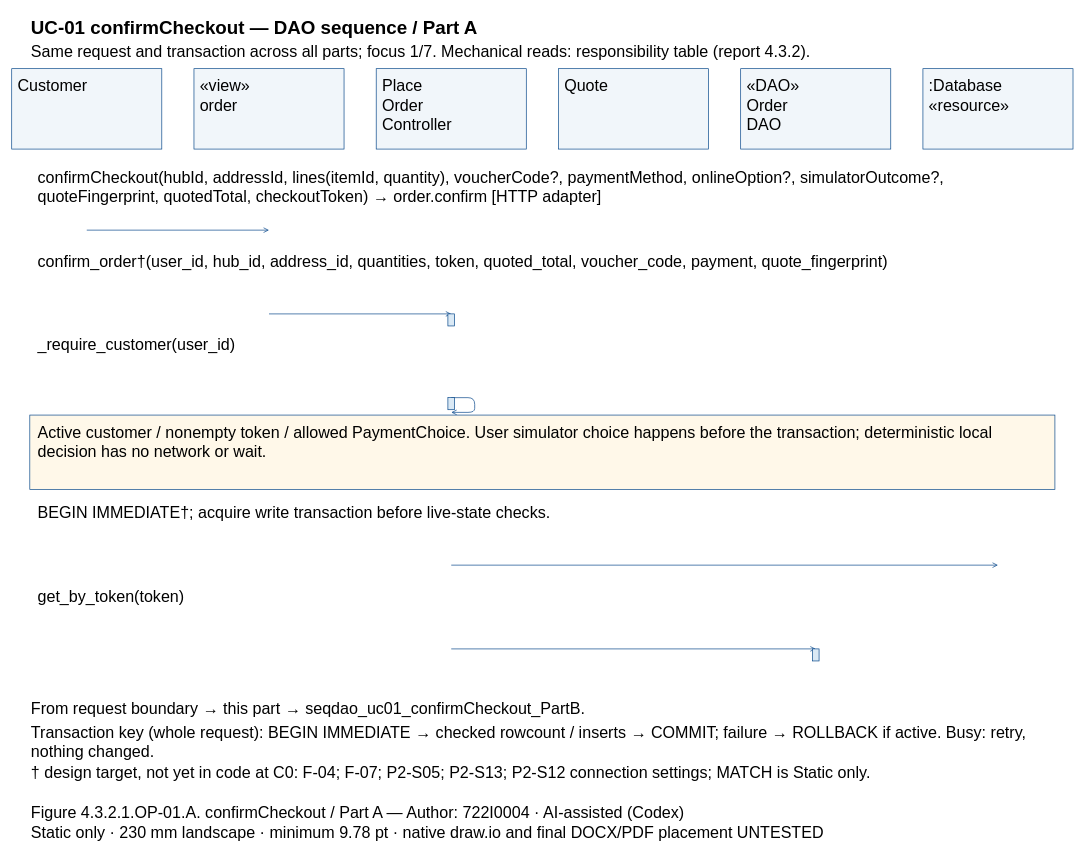
Earlier version of the draw.io diagram models/UC-01/seqdao_uc01_confirmCheckout_PartA.drawio (Dat071104/SaigonBite). Source tidied: cells renumbered, new cells numbered last; positions are measured from the earlier drawing's top-left corner, leaving out a move shared by most shapes. Both pictures are drawn from the tidied source at 67%, with x=0, y=0 at pixel (11, 11).
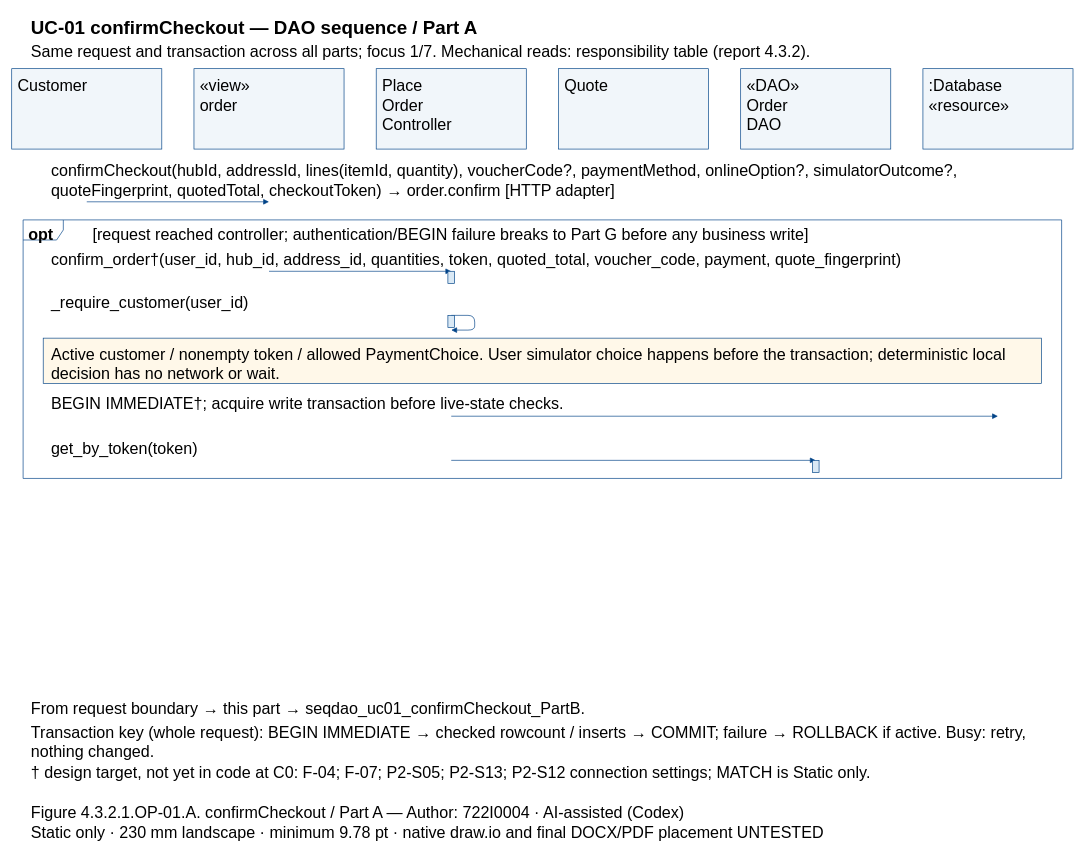
Above is the later version.

The edit, as a diff of the source:
```diff
@@
+    <mxCell id="46" style="shape=umlFrame;fillColor=none;strokeColor=#004387;" parent="1" vertex="1">
+      <mxGeometry x="17" y="310.7" width="1550" height="385.9" as="geometry" />
+    </mxCell>
@@
-    <mxCell id="15" value=":Database&#10;«resource»" style="text;html=0;whiteSpace=wrap;align=left;verticalAlign=top;strokeColor=none;fillColor=none;fontFamily=Arial;fontSize=24;fontStyle=0;" parent="1" vertex="1">
-      <mxGeometry x="1367" y="90" width="210" height="55.7" as="geometry" />
-    </mxCell>
-    <mxCell id="16" value="confirmCheckout(hubId, addressId, lines(itemId, quantity), voucherCode?, paymentMethod, onlineOption?, simulatorOutcome?,&#10;quoteFingerprint, quotedTotal, checkoutToken) → order.confirm [HTTP adapter]" style="text;html=0;whiteSpace=wrap;align=left;verticalAlign=top;strokeColor=none;fillColor=none;fontFamily=Arial;fontSize=24;fontStyle=0;" parent="1" vertex="1">
-      <mxGeometry x="37" y="227" width="1510" height="55.7" as="geometry" />
+    <mxCell id="16" value=":Database&#10;«resource»" style="text;html=0;whiteSpace=wrap;align=left;verticalAlign=top;strokeColor=none;fillColor=none;fontFamily=Arial;fontSize=24;fontStyle=0;" parent="1" vertex="1">
+      <mxGeometry x="1367" y="90" width="210" height="55.7" as="geometry" />
     </mxCell>
+    <mxCell id="47" value="opt" style="text;html=0;whiteSpace=wrap;align=left;verticalAlign=top;strokeColor=none;fillColor=none;fontFamily=Arial;fontSize=24;fontStyle=1;" parent="1" vertex="1">
+      <mxGeometry x="23" y="311.7" width="84" height="27.8" as="geometry" />
+    </mxCell>
+    <mxCell id="48" value="[request reached controller; authentication/BEGIN failure breaks to Part G before any business write]" style="text;html=0;whiteSpace=wrap;align=left;verticalAlign=top;strokeColor=none;fillColor=none;fontFamily=Arial;fontSize=24;fontStyle=0;" parent="1" vertex="1">
+      <mxGeometry x="119" y="311.7" width="1438" height="27.8" as="geometry" />
+    </mxCell>
+    <mxCell id="49" value="confirmCheckout(hubId, addressId, lines(itemId, quantity), voucherCode?, paymentMethod, onlineOption?, simulatorOutcome?,&#10;quoteFingerprint, quotedTotal, checkoutToken) → order.confirm [HTTP adapter]" style="text;html=0;whiteSpace=wrap;align=left;verticalAlign=top;strokeColor=none;fillColor=none;fontFamily=Arial;fontSize=24;fontStyle=0;" parent="1" vertex="1">
+      <mxGeometry x="57" y="217" width="1470" height="55.7" as="geometry" />
+    </mxCell>
     <mxCell id="17" style="opacity=0;" parent="1" vertex="1">
-      <mxGeometry x="112" y="326" as="geometry" />
+      <mxGeometry x="112" y="283.7" as="geometry" />
     </mxCell>
     <mxCell id="18" style="opacity=0;" parent="1" vertex="1">
-      <mxGeometry x="384" y="326" as="geometry" />
+      <mxGeometry x="384" y="283.7" as="geometry" />
     </mxCell>
-    <mxCell id="19" style="edgeStyle=none;endArrow=open;strokeColor=#004387;exitX=0.5;entryX=0.5;exitPerimeter=0;entryPerimeter=0;" parent="1" edge="1" source="17" target="18">
+    <mxCell id="19" style="edgeStyle=none;endArrow=block;endFill=1;strokeColor=#004387;exitX=0.5;entryX=0.5;exitPerimeter=0;entryPerimeter=0;" parent="1" edge="1" source="17" target="18">
       <mxGeometry relative="1" as="geometry" />
     </mxCell>
-    <mxCell id="20" value="confirm_order†(user_id, hub_id, address_id, quantities, token, quoted_total, voucher_code, payment, quote_fingerprint)" style="text;html=0;whiteSpace=wrap;align=left;verticalAlign=top;strokeColor=none;fillColor=none;fontFamily=Arial;fontSize=24;fontStyle=0;" parent="1" vertex="1">
-      <mxGeometry x="37" y="352" width="1510" height="27.8" as="geometry" />
-    </mxCell>
+    <mxCell id="25" value="confirm_order†(user_id, hub_id, address_id, quantities, token, quoted_total, voucher_code, payment, quote_fingerprint)" style="text;html=0;whiteSpace=wrap;align=left;verticalAlign=top;strokeColor=none;fillColor=none;fontFamily=Arial;fontSize=24;fontStyle=0;" parent="1" vertex="1">
+      <mxGeometry x="57" y="348.5" width="1470" height="27.8" as="geometry" />
+    </mxCell>
     <mxCell id="21" style="opacity=0;" parent="1" vertex="1">
-      <mxGeometry x="384" y="451" as="geometry" />
+      <mxGeometry x="384" y="387.4" as="geometry" />
     </mxCell>
     <mxCell id="22" style="opacity=0;" parent="1" vertex="1">
-      <mxGeometry x="656" y="451" as="geometry" />
+      <mxGeometry x="656" y="387.4" as="geometry" />
     </mxCell>
-    <mxCell id="23" style="edgeStyle=none;endArrow=open;strokeColor=#004387;exitX=0.5;entryX=0.5;exitPerimeter=0;entryPerimeter=0;" parent="1" edge="1" source="21" target="22">
+    <mxCell id="23" style="edgeStyle=none;endArrow=block;endFill=1;strokeColor=#004387;exitX=0.5;entryX=0.5;exitPerimeter=0;entryPerimeter=0;" parent="1" edge="1" source="21" target="22">
       <mxGeometry relative="1" as="geometry" />
     </mxCell>
-    <mxCell id="24" style="fillColor=#DAE9F5;strokeColor=#004387;" parent="1" vertex="1">
-      <mxGeometry x="651" y="451" width="10" height="18" as="geometry" />
-    </mxCell>
-    <mxCell id="25" value="_require_customer(user_id)" style="text;html=0;whiteSpace=wrap;align=left;verticalAlign=top;strokeColor=none;fillColor=none;fontFamily=Arial;fontSize=24;fontStyle=0;" parent="1" vertex="1">
-      <mxGeometry x="37" y="477" width="1510" height="27.8" as="geometry" />
-    </mxCell>
+    <mxCell id="29" style="fillColor=#DAE9F5;strokeColor=#004387;" parent="1" vertex="1">
+      <mxGeometry x="651" y="387.4" width="10" height="18" as="geometry" />
+    </mxCell>
+    <mxCell id="50" value="_require_customer(user_id)" style="text;html=0;whiteSpace=wrap;align=left;verticalAlign=top;strokeColor=none;fillColor=none;fontFamily=Arial;fontSize=24;fontStyle=0;" parent="1" vertex="1">
+      <mxGeometry x="57" y="414.4" width="1470" height="27.8" as="geometry" />
+    </mxCell>
     <mxCell id="26" style="opacity=0;" parent="1" vertex="1">
-      <mxGeometry x="656" y="576" as="geometry" />
+      <mxGeometry x="656" y="453.2" as="geometry" />
     </mxCell>
     <mxCell id="27" style="opacity=0;" parent="1" vertex="1">
-      <mxGeometry x="656" y="598" as="geometry" />
+      <mxGeometry x="656" y="475.2" as="geometry" />
     </mxCell>
-    <mxCell id="28" style="edgeStyle=none;endArrow=open;strokeColor=#004387;exitX=0.5;entryX=0.5;exitPerimeter=0;entryPerimeter=0;" parent="1" edge="1" source="26" target="27">
+    <mxCell id="28" style="edgeStyle=none;endArrow=block;endFill=1;strokeColor=#004387;exitX=0.5;entryX=0.5;exitPerimeter=0;entryPerimeter=0;" parent="1" edge="1" source="26" target="27">
       <mxGeometry relative="1" as="geometry">
         <Array as="points">
-          <mxPoint x="691" y="576" />
-          <mxPoint x="691" y="598" />
+          <mxPoint x="691" y="453.2" />
+          <mxPoint x="691" y="475.2" />
         </Array>
       </mxGeometry>
     </mxCell>
-    <mxCell id="29" style="fillColor=#DAE9F5;strokeColor=#004387;" parent="1" vertex="1">
-      <mxGeometry x="651" y="576" width="10" height="18" as="geometry" />
-    </mxCell>
-    <mxCell id="30" style="fillColor=#FFF8E9;strokeColor=#004387;" parent="1" vertex="1">
-      <mxGeometry x="27" y="602" width="1530" height="111" as="geometry" />
-    </mxCell>
-    <mxCell id="31" value="Active customer / nonempty token / allowed PaymentChoice. User simulator choice happens before the transaction; deterministic local&#10;decision has no network or wait." style="text;html=0;whiteSpace=wrap;align=left;verticalAlign=top;strokeColor=none;fillColor=none;fontFamily=Arial;fontSize=24;fontStyle=0;" parent="1" vertex="1">
-      <mxGeometry x="37" y="607" width="1510" height="55.7" as="geometry" />
-    </mxCell>
+    <mxCell id="51" style="fillColor=#DAE9F5;strokeColor=#004387;" parent="1" vertex="1">
+      <mxGeometry x="651" y="453.2" width="10" height="18" as="geometry" />
+    </mxCell>
+    <mxCell id="52" style="fillColor=#FFF8E9;strokeColor=#004387;" parent="1" vertex="1">
+      <mxGeometry x="47" y="487.2" width="1490" height="67.7" as="geometry" />
+    </mxCell>
+    <mxCell id="36" value="Active customer / nonempty token / allowed PaymentChoice. User simulator choice happens before the transaction; deterministic local&#10;decision has no network or wait." style="text;html=0;whiteSpace=wrap;align=left;verticalAlign=top;strokeColor=none;fillColor=none;fontFamily=Arial;fontSize=24;fontStyle=0;" parent="1" vertex="1">
+      <mxGeometry x="57" y="491.2" width="1470" height="55.7" as="geometry" />
+    </mxCell>
     <mxCell id="32" value="BEGIN IMMEDIATE†; acquire write transaction before live-state checks." style="text;html=0;whiteSpace=wrap;align=left;verticalAlign=top;strokeColor=none;fillColor=none;fontFamily=Arial;fontSize=24;fontStyle=0;" parent="1" vertex="1">
-      <mxGeometry x="37" y="727" width="1510" height="27.8" as="geometry" />
+      <mxGeometry x="57" y="564.9" width="1470" height="27.8" as="geometry" />
     </mxCell>
     <mxCell id="33" style="opacity=0;" parent="1" vertex="1">
-      <mxGeometry x="656" y="826" as="geometry" />
+      <mxGeometry x="656" y="603.7" as="geometry" />
     </mxCell>
     <mxCell id="34" style="opacity=0;" parent="1" vertex="1">
-      <mxGeometry x="1472" y="826" as="geometry" />
+      <mxGeometry x="1472" y="603.7" as="geometry" />
     </mxCell>
-    <mxCell id="35" style="edgeStyle=none;endArrow=open;strokeColor=#004387;exitX=0.5;entryX=0.5;exitPerimeter=0;entryPerimeter=0;" parent="1" edge="1" source="33" target="34">
+    <mxCell id="35" style="edgeStyle=none;endArrow=block;endFill=1;strokeColor=#004387;exitX=0.5;entryX=0.5;exitPerimeter=0;entryPerimeter=0;" parent="1" edge="1" source="33" target="34">
       <mxGeometry relative="1" as="geometry" />
     </mxCell>
-    <mxCell id="36" value="get_by_token(token)" style="text;html=0;whiteSpace=wrap;align=left;verticalAlign=top;strokeColor=none;fillColor=none;fontFamily=Arial;fontSize=24;fontStyle=0;" parent="1" vertex="1">
-      <mxGeometry x="37" y="852" width="1510" height="27.8" as="geometry" />
-    </mxCell>
+    <mxCell id="41" value="get_by_token(token)" style="text;html=0;whiteSpace=wrap;align=left;verticalAlign=top;strokeColor=none;fillColor=none;fontFamily=Arial;fontSize=24;fontStyle=0;" parent="1" vertex="1">
+      <mxGeometry x="57" y="630.7" width="1470" height="27.8" as="geometry" />
+    </mxCell>
     <mxCell id="37" style="opacity=0;" parent="1" vertex="1">
-      <mxGeometry x="656" y="951" as="geometry" />
+      <mxGeometry x="656" y="669.6" as="geometry" />
     </mxCell>
     <mxCell id="38" style="opacity=0;" parent="1" vertex="1">
-      <mxGeometry x="1200" y="951" as="geometry" />
+      <mxGeometry x="1200" y="669.6" as="geometry" />
     </mxCell>
-    <mxCell id="39" style="edgeStyle=none;endArrow=open;strokeColor=#004387;exitX=0.5;entryX=0.5;exitPerimeter=0;entryPerimeter=0;" parent="1" edge="1" source="37" target="38">
+    <mxCell id="39" style="edgeStyle=none;endArrow=block;endFill=1;strokeColor=#004387;exitX=0.5;entryX=0.5;exitPerimeter=0;entryPerimeter=0;" parent="1" edge="1" source="37" target="38">
       <mxGeometry relative="1" as="geometry" />
     </mxCell>
-    <mxCell id="40" style="fillColor=#DAE9F5;strokeColor=#004387;" parent="1" vertex="1">
-      <mxGeometry x="1195" y="951" width="10" height="18" as="geometry" />
-    </mxCell>
-    <mxCell id="41" value="From request boundary → this part → seqdao_uc01_confirmCheckout_PartB." style="text;html=0;whiteSpace=wrap;align=left;verticalAlign=top;strokeColor=none;fillColor=none;fontFamily=Arial;fontSize=24;fontStyle=0;" parent="1" vertex="1">
-      <mxGeometry x="27" y="1020" width="1530" height="27.8" as="geometry" />
-    </mxCell>
-    <mxCell id="42" value="Transaction key (whole request): BEGIN IMMEDIATE → checked rowcount / inserts → COMMIT; failure → ROLLBACK if active. Busy: retry,&#10;nothing changed." style="text;html=0;whiteSpace=wrap;align=left;verticalAlign=top;strokeColor=none;fillColor=none;fontFamily=Arial;fontSize=24;fontStyle=0;" parent="1" vertex="1">
-      <mxGeometry x="27" y="1055" width="1530" height="55.7" as="geometry" />
-    </mxCell>
-    <mxCell id="43" value="† design target, not yet in code at C0: F-04; F-07; P2-S05; P2-S13; P2-S12 connection settings; MATCH is Static only." style="text;html=0;whiteSpace=wrap;align=left;verticalAlign=top;strokeColor=none;fillColor=none;fontFamily=Arial;fontSize=24;fontStyle=0;" parent="1" vertex="1">
-      <mxGeometry x="27" y="1115" width="1530" height="27.8" as="geometry" />
-    </mxCell>
+    <mxCell id="53" style="fillColor=#DAE9F5;strokeColor=#004387;" parent="1" vertex="1">
+      <mxGeometry x="1195" y="669.6" width="10" height="18" as="geometry" />
+    </mxCell>
-    <mxCell id="44" value="Figure 4.3.2.1.OP-01.A. confirmCheckout / Part A — Author: 722I0004 · AI-assisted (Codex)" style="text;html=0;whiteSpace=wrap;align=left;verticalAlign=top;strokeColor=none;fillColor=none;fontFamily=Arial;fontSize=24;fontStyle=0;" parent="1" vertex="1">
-      <mxGeometry x="27" y="1175" width="1530" height="27.8" as="geometry" />
+    <mxCell id="44" value="From request boundary → this part → seqdao_uc01_confirmCheckout_PartB." style="text;html=0;whiteSpace=wrap;align=left;verticalAlign=top;strokeColor=none;fillColor=none;fontFamily=Arial;fontSize=24;fontStyle=0;" parent="1" vertex="1">
+      <mxGeometry x="27" y="1020" width="1530" height="27.8" as="geometry" />
     </mxCell>
-    <mxCell id="45" value="Static only · 230 mm landscape · minimum 9.78 pt · native draw.io and final DOCX/PDF placement UNTESTED" style="text;html=0;whiteSpace=wrap;align=left;verticalAlign=top;strokeColor=none;fillColor=none;fontFamily=Arial;fontSize=24;fontStyle=0;" parent="1" vertex="1">
-      <mxGeometry x="27" y="1205" width="1530" height="27.8" as="geometry" />
+    <mxCell id="45" value="Transaction key (whole request): BEGIN IMMEDIATE → checked rowcount / inserts → COMMIT; failure → ROLLBACK if active. Busy: retry,&#10;nothing changed." style="text;html=0;whiteSpace=wrap;align=left;verticalAlign=top;strokeColor=none;fillColor=none;fontFamily=Arial;fontSize=24;fontStyle=0;" parent="1" vertex="1">
+      <mxGeometry x="27" y="1055" width="1530" height="55.7" as="geometry" />
     </mxCell>
+    <mxCell id="43" value="† design target, not yet in code at C0: F-04; F-07; P2-S05; P2-S13; P2-S12 connection settings; MATCH is Static only." style="text;html=0;whiteSpace=wrap;align=left;verticalAlign=top;strokeColor=none;fillColor=none;fontFamily=Arial;fontSize=24;fontStyle=0;" parent="1" vertex="1">
+      <mxGeometry x="27" y="1115" width="1530" height="27.8" as="geometry" />
+    </mxCell>
+    <mxCell id="54" value="Figure 4.3.2.1.OP-01.A. confirmCheckout / Part A — Author: 722I0004 · AI-assisted (Codex)" style="text;html=0;whiteSpace=wrap;align=left;verticalAlign=top;strokeColor=none;fillColor=none;fontFamily=Arial;fontSize=24;fontStyle=0;" parent="1" vertex="1">
+      <mxGeometry x="27" y="1175" width="1530" height="27.8" as="geometry" />
+    </mxCell>
+    <mxCell id="55" value="Static only · 230 mm landscape · minimum 9.78 pt · native draw.io and final DOCX/PDF placement UNTESTED" style="text;html=0;whiteSpace=wrap;align=left;verticalAlign=top;strokeColor=none;fillColor=none;fontFamily=Arial;fontSize=24;fontStyle=0;" parent="1" vertex="1">
+      <mxGeometry x="27" y="1205" width="1530" height="27.8" as="geometry" />
+    </mxCell>
```
